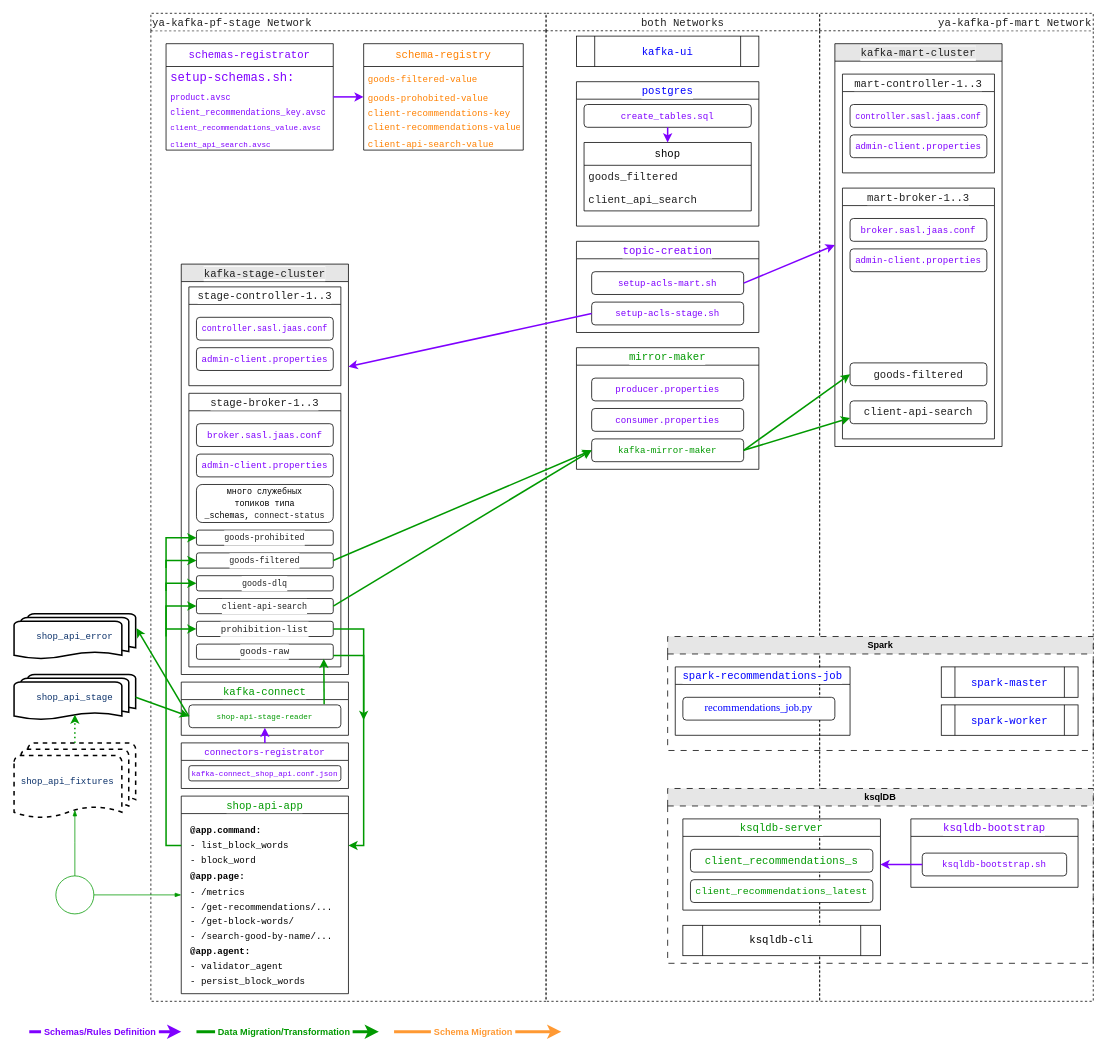
This is ya_kafka_project_final.drawio from sergei-baranov/ya_kafka_project_final, a draw.io file, before an edit. Source tidied: cells renumbered, new cells numbered last; positions are measured from the earlier drawing's top-left corner, leaving out a move shared by most shapes. Both pictures are drawn from the tidied source at 76%, with x=0, y=0 at pixel (14, 13).
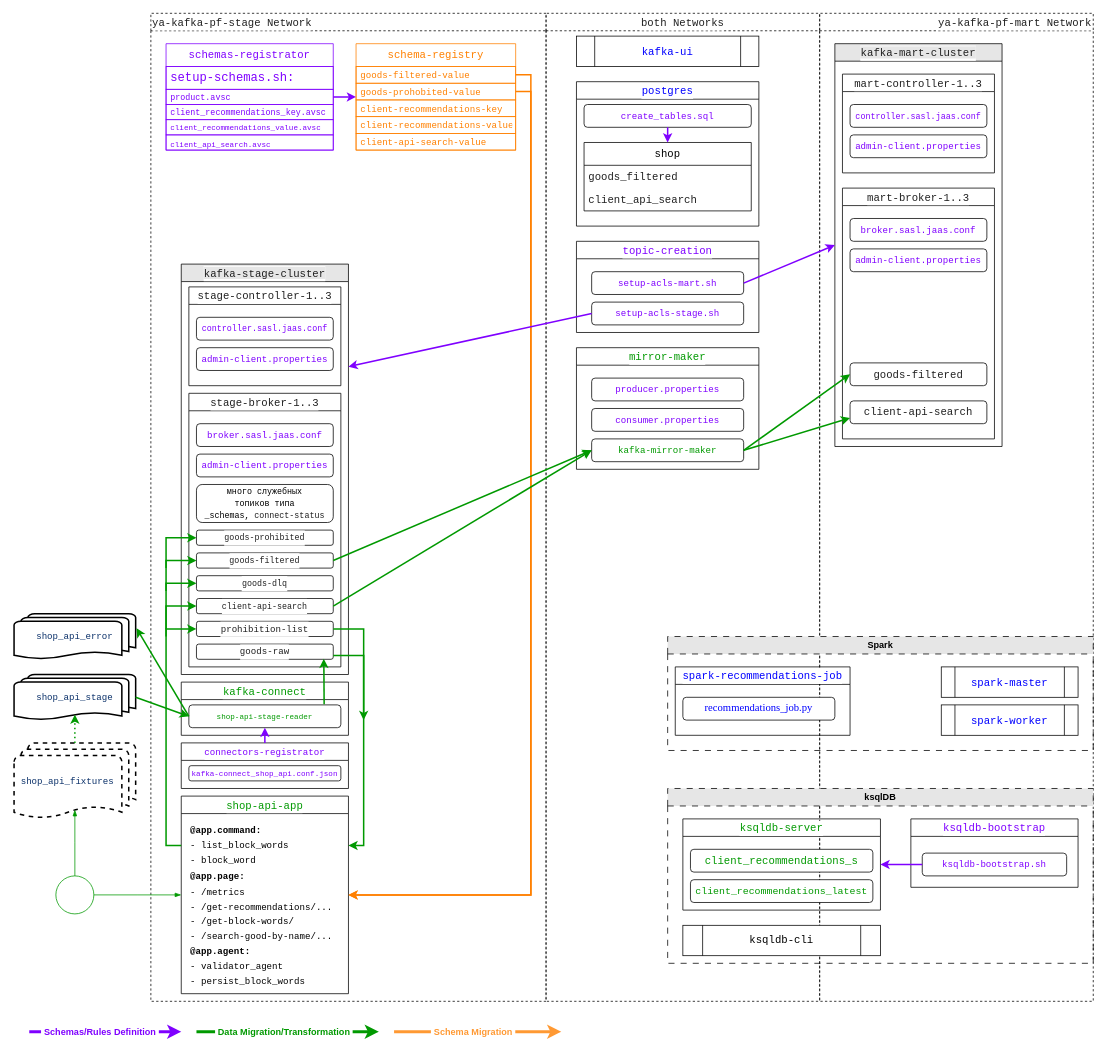
After the change.

Unchanged cells that the change refers to:
```xml
<mxCell id="2" value="&lt;div style=&quot;color: rgb(32, 32, 32); background-color: rgb(255, 255, 255); font-weight: normal; font-size: 14px; line-height: 19px; white-space: pre;&quot;&gt;&lt;font face=&quot;Courier New&quot;&gt;ya-kafka-pf-stage Network&lt;/font&gt;&lt;/div&gt;" style="swimlane;whiteSpace=wrap;html=1;fillColor=none;dashed=1;align=left;" parent="1" vertex="1">
  <mxGeometry x="180" width="520" height="1300" as="geometry" />
</mxCell>
<mxCell id="19" value="&lt;div style=&quot;background-color: rgb(255, 255, 255); font-weight: normal; font-size: 14px; line-height: 19px; white-space: pre;&quot;&gt;&lt;div style=&quot;line-height: 19px;&quot;&gt;&lt;div style=&quot;line-height: 19px;&quot;&gt;&lt;div style=&quot;line-height: 19px;&quot;&gt;&lt;div style=&quot;line-height: 19px;&quot;&gt;&lt;span&gt;&lt;font face=&quot;Courier New&quot; style=&quot;color: rgb(0, 153, 0);&quot;&gt;shop-api-app&lt;/font&gt;&lt;/span&gt;&lt;/div&gt;&lt;/div&gt;&lt;/div&gt;&lt;/div&gt;&lt;/div&gt;" style="swimlane;whiteSpace=wrap;html=1;fillColor=none;" parent="2" vertex="1">
  <mxGeometry x="40" y="1030" width="220" height="260" as="geometry" />
</mxCell>
```

Change to the diagram source:
```diff
@@
-    <mxCell id="23" value="&lt;span style=&quot;font-family: &amp;quot;Courier New&amp;quot;; font-size: 14px; white-space: pre; background-color: rgb(255, 255, 255);&quot;&gt;&lt;font style=&quot;color: rgb(255, 128, 0);&quot;&gt;schema-registry&lt;/font&gt;&lt;/span&gt;" style="swimlane;fontStyle=0;horizontal=1;startSize=30;whiteSpace=wrap;html=1;" parent="2" vertex="1">
-      <mxGeometry x="280" y="40" width="210" height="140" as="geometry" />
+    <mxCell id="23" value="&lt;span style=&quot;font-family: &amp;quot;Courier New&amp;quot;; font-size: 14px; white-space: pre; background-color: rgb(255, 255, 255);&quot;&gt;&lt;font style=&quot;color: rgb(255, 128, 0);&quot;&gt;schema-registry&lt;/font&gt;&lt;/span&gt;" style="swimlane;fontStyle=0;horizontal=1;startSize=30;whiteSpace=wrap;html=1;labelPadding=0;groupPadding=0;perimeterSpacing=0;strokeWidth=1;strokeColor=#FF8000;" parent="2" vertex="1">
+      <mxGeometry x="270" y="40" width="210" height="140" as="geometry" />
     </mxCell>
-    <mxCell id="24" value="&lt;div style=&quot;background-color: rgb(255, 255, 255); line-height: 19px; white-space: pre;&quot;&gt;&lt;font face=&quot;Courier New&quot; style=&quot;color: rgb(255, 128, 0);&quot;&gt;goods-filtered-value&lt;/font&gt;&lt;/div&gt;" style="text;strokeColor=none;fillColor=none;align=left;verticalAlign=bottom;spacingLeft=4;spacingRight=4;overflow=hidden;points=[[0,0.5],[1,0.5]];portConstraint=eastwest;whiteSpace=wrap;html=1;" parent="23" vertex="1">
-      <mxGeometry y="30" width="210" height="30" as="geometry" />
+    <mxCell id="24" value="&lt;div style=&quot;background-color: rgb(255, 255, 255); line-height: 19px; white-space: pre;&quot;&gt;&lt;font face=&quot;Courier New&quot; style=&quot;color: rgb(255, 128, 0);&quot;&gt;goods-filtered-value&lt;/font&gt;&lt;/div&gt;" style="text;strokeColor=#FF8000;fillColor=none;align=left;verticalAlign=bottom;spacingLeft=4;spacingRight=4;overflow=hidden;points=[[0,0.5],[1,0.5]];portConstraint=eastwest;whiteSpace=wrap;html=1;" parent="23" vertex="1">
+      <mxGeometry y="30" width="210" height="22" as="geometry" />
     </mxCell>
-    <mxCell id="25" value="&lt;div style=&quot;background-color: rgb(255, 255, 255); line-height: 19px; white-space: pre;&quot;&gt;&lt;font face=&quot;Courier New&quot; style=&quot;color: rgb(255, 128, 0);&quot;&gt;goods-prohobited-value&lt;/font&gt;&lt;/div&gt;" style="text;strokeColor=none;fillColor=none;align=left;verticalAlign=middle;spacingLeft=4;spacingRight=4;overflow=hidden;points=[[0,0.5],[1,0.5]];portConstraint=eastwest;whiteSpace=wrap;html=1;" parent="23" vertex="1">
-      <mxGeometry y="60" width="210" height="20" as="geometry" />
+    <mxCell id="25" value="&lt;div style=&quot;background-color: rgb(255, 255, 255); line-height: 19px; white-space: pre;&quot;&gt;&lt;font face=&quot;Courier New&quot; style=&quot;color: rgb(255, 128, 0);&quot;&gt;goods-prohobited-value&lt;/font&gt;&lt;/div&gt;" style="text;strokeColor=#FF8000;fillColor=none;align=left;verticalAlign=middle;spacingLeft=4;spacingRight=4;overflow=hidden;points=[[0,0.5],[1,0.5]];portConstraint=eastwest;whiteSpace=wrap;html=1;" parent="23" vertex="1">
+      <mxGeometry y="52" width="210" height="22" as="geometry" />
     </mxCell>
-    <mxCell id="26" value="&lt;div style=&quot;background-color: rgb(255, 255, 255); line-height: 19px; white-space: pre;&quot;&gt;&lt;font style=&quot;color: rgb(255, 128, 0);&quot; face=&quot;Courier New&quot;&gt;client-recommendations-key&lt;/font&gt;&lt;/div&gt;" style="text;strokeColor=none;fillColor=none;align=left;verticalAlign=middle;spacingLeft=4;spacingRight=4;overflow=hidden;whiteSpace=wrap;html=1;" parent="23" vertex="1">
-      <mxGeometry y="80" width="210" height="20" as="geometry" />
+    <mxCell id="26" value="&lt;div style=&quot;background-color: rgb(255, 255, 255); line-height: 19px; white-space: pre;&quot;&gt;&lt;font style=&quot;color: rgb(255, 128, 0);&quot; face=&quot;Courier New&quot;&gt;client-recommendations-key&lt;/font&gt;&lt;/div&gt;" style="text;strokeColor=#FF8000;fillColor=none;align=left;verticalAlign=middle;spacingLeft=4;spacingRight=4;overflow=hidden;whiteSpace=wrap;html=1;" parent="23" vertex="1">
+      <mxGeometry y="74" width="210" height="22" as="geometry" />
     </mxCell>
-    <mxCell id="27" value="&lt;span style=&quot;font-family: &amp;quot;Courier New&amp;quot;; white-space: pre; background-color: rgb(255, 255, 255);&quot;&gt;&lt;font style=&quot;color: rgb(255, 128, 0);&quot;&gt;client-recommendations-value&lt;/font&gt;&lt;/span&gt;" style="text;strokeColor=none;fillColor=none;align=left;verticalAlign=middle;spacingLeft=4;spacingRight=4;overflow=hidden;whiteSpace=wrap;html=1;" parent="23" vertex="1">
-      <mxGeometry y="100" width="210" height="20" as="geometry" />
+    <mxCell id="27" value="&lt;span style=&quot;font-family: &amp;quot;Courier New&amp;quot;; white-space: pre; background-color: rgb(255, 255, 255);&quot;&gt;&lt;font style=&quot;color: rgb(255, 128, 0);&quot;&gt;client-recommendations-value&lt;/font&gt;&lt;/span&gt;" style="text;strokeColor=#FF8000;fillColor=none;align=left;verticalAlign=middle;spacingLeft=4;spacingRight=4;overflow=hidden;whiteSpace=wrap;html=1;" parent="23" vertex="1">
+      <mxGeometry y="96" width="210" height="22" as="geometry" />
     </mxCell>
-    <mxCell id="28" value="&lt;div style=&quot;background-color: rgb(255, 255, 255); line-height: 19px; white-space: pre;&quot;&gt;&lt;span&gt;&lt;font face=&quot;Courier New&quot; style=&quot;color: rgb(255, 128, 0);&quot;&gt;client-api-search-value&lt;/font&gt;&lt;/span&gt;&lt;/div&gt;" style="text;strokeColor=none;fillColor=none;align=left;verticalAlign=middle;spacingLeft=4;spacingRight=4;overflow=hidden;whiteSpace=wrap;html=1;" parent="23" vertex="1">
-      <mxGeometry y="120" width="210" height="20" as="geometry" />
+    <mxCell id="28" value="&lt;div style=&quot;background-color: rgb(255, 255, 255); line-height: 19px; white-space: pre;&quot;&gt;&lt;span&gt;&lt;font face=&quot;Courier New&quot; style=&quot;color: rgb(255, 128, 0);&quot;&gt;client-api-search-value&lt;/font&gt;&lt;/span&gt;&lt;/div&gt;" style="text;strokeColor=#FF8000;fillColor=none;align=left;verticalAlign=middle;spacingLeft=4;spacingRight=4;overflow=hidden;whiteSpace=wrap;html=1;" parent="23" vertex="1">
+      <mxGeometry y="118" width="210" height="22" as="geometry" />
     </mxCell>
-    <mxCell id="29" value="&lt;font style=&quot;font-size: 14px; color: rgb(127, 0, 255);&quot; face=&quot;Courier New&quot;&gt;schemas-registrator&lt;/font&gt;" style="swimlane;fontStyle=0;horizontal=1;startSize=30;whiteSpace=wrap;html=1;" parent="2" vertex="1">
+    <mxCell id="29" value="&lt;font style=&quot;font-size: 14px; color: rgb(127, 0, 255);&quot; face=&quot;Courier New&quot;&gt;schemas-registrator&lt;/font&gt;" style="swimlane;fontStyle=0;horizontal=1;startSize=30;whiteSpace=wrap;html=1;strokeColor=#7F00FF;" parent="2" vertex="1">
       <mxGeometry x="20" y="40" width="220" height="140" as="geometry" />
     </mxCell>
-    <mxCell id="30" value="&lt;font style=&quot;font-size: 16px; color: rgb(127, 0, 255);&quot; face=&quot;Courier New&quot;&gt;setup-schemas.sh:&lt;/font&gt;" style="text;strokeColor=none;fillColor=none;align=left;verticalAlign=middle;spacingLeft=4;spacingRight=4;overflow=hidden;whiteSpace=wrap;html=1;" parent="29" vertex="1">
+    <mxCell id="30" value="&lt;font style=&quot;font-size: 16px; color: rgb(127, 0, 255);&quot; face=&quot;Courier New&quot;&gt;setup-schemas.sh:&lt;/font&gt;" style="text;strokeColor=#7F00FF;fillColor=none;align=left;verticalAlign=middle;spacingLeft=4;spacingRight=4;overflow=hidden;whiteSpace=wrap;html=1;" parent="29" vertex="1">
       <mxGeometry y="30" width="220" height="30" as="geometry" />
     </mxCell>
-    <mxCell id="31" value="&lt;font style=&quot;font-size: 11px; color: rgb(127, 0, 255);&quot; face=&quot;Courier New&quot;&gt;product.avsc&lt;/font&gt;" style="text;strokeColor=none;fillColor=none;align=left;verticalAlign=middle;spacingLeft=4;spacingRight=4;overflow=hidden;points=[[0,0.5],[1,0.5]];portConstraint=eastwest;whiteSpace=wrap;html=1;" parent="29" vertex="1">
+    <mxCell id="31" value="&lt;font style=&quot;font-size: 11px; color: rgb(127, 0, 255);&quot; face=&quot;Courier New&quot;&gt;product.avsc&lt;/font&gt;" style="text;strokeColor=#7F00FF;fillColor=none;align=left;verticalAlign=middle;spacingLeft=4;spacingRight=4;overflow=hidden;points=[[0,0.5],[1,0.5]];portConstraint=eastwest;whiteSpace=wrap;html=1;" parent="29" vertex="1">
       <mxGeometry y="60" width="220" height="20" as="geometry" />
     </mxCell>
-    <mxCell id="32" value="&lt;font style=&quot;font-size: 11px; color: rgb(127, 0, 255);&quot; face=&quot;Courier New&quot;&gt;client_recommendations_key.avsc&lt;/font&gt;" style="text;strokeColor=none;fillColor=none;align=left;verticalAlign=middle;spacingLeft=4;spacingRight=4;overflow=hidden;whiteSpace=wrap;html=1;" parent="29" vertex="1">
+    <mxCell id="32" value="&lt;font style=&quot;font-size: 11px; color: rgb(127, 0, 255);&quot; face=&quot;Courier New&quot;&gt;client_recommendations_key.avsc&lt;/font&gt;" style="text;strokeColor=#7F00FF;fillColor=none;align=left;verticalAlign=middle;spacingLeft=4;spacingRight=4;overflow=hidden;whiteSpace=wrap;html=1;" parent="29" vertex="1">
       <mxGeometry y="80" width="220" height="20" as="geometry" />
     </mxCell>
-    <mxCell id="33" value="&lt;font style=&quot;font-size: 10px; color: rgb(127, 0, 255);&quot; face=&quot;Courier New&quot;&gt;client_recommendations_value.avsc&lt;/font&gt;" style="text;strokeColor=none;fillColor=none;align=left;verticalAlign=middle;spacingLeft=4;spacingRight=4;overflow=hidden;whiteSpace=wrap;html=1;" parent="29" vertex="1">
+    <mxCell id="33" value="&lt;font style=&quot;font-size: 10px; color: rgb(127, 0, 255);&quot; face=&quot;Courier New&quot;&gt;client_recommendations_value.avsc&lt;/font&gt;" style="text;strokeColor=#7F00FF;fillColor=none;align=left;verticalAlign=middle;spacingLeft=4;spacingRight=4;overflow=hidden;whiteSpace=wrap;html=1;" parent="29" vertex="1">
       <mxGeometry y="100" width="220" height="20" as="geometry" />
     </mxCell>
-    <mxCell id="34" value="&lt;div style=&quot;background-color: rgb(255, 255, 255); line-height: 19px; white-space: pre;&quot;&gt;&lt;span&gt;&lt;font face=&quot;Courier New&quot; style=&quot;font-size: 10px; color: rgb(127, 0, 255);&quot;&gt;client_api_search.avsc&lt;/font&gt;&lt;/span&gt;&lt;/div&gt;" style="text;strokeColor=none;fillColor=none;align=left;verticalAlign=middle;spacingLeft=4;spacingRight=4;overflow=hidden;whiteSpace=wrap;html=1;" parent="29" vertex="1">
+    <mxCell id="34" value="&lt;div style=&quot;background-color: rgb(255, 255, 255); line-height: 19px; white-space: pre;&quot;&gt;&lt;span&gt;&lt;font face=&quot;Courier New&quot; style=&quot;font-size: 10px; color: rgb(127, 0, 255);&quot;&gt;client_api_search.avsc&lt;/font&gt;&lt;/span&gt;&lt;/div&gt;" style="text;strokeColor=#7F00FF;fillColor=none;align=left;verticalAlign=middle;spacingLeft=4;spacingRight=4;overflow=hidden;whiteSpace=wrap;html=1;" parent="29" vertex="1">
       <mxGeometry y="120" width="220" height="20" as="geometry" />
     </mxCell>
@@
+    <mxCell id="106" style="edgeStyle=orthogonalEdgeStyle;rounded=0;jettySize=auto;html=1;strokeWidth=2;strokeColor=#FF8000;exitX=1;exitY=0.5;exitDx=0;exitDy=0;entryX=1;entryY=0.5;entryDx=0;entryDy=0;" parent="2" edge="1" source="24" target="19">
+      <mxGeometry relative="1" as="geometry" />
+    </mxCell>
+    <mxCell id="107" style="edgeStyle=orthogonalEdgeStyle;rounded=0;jettySize=auto;html=1;strokeWidth=2;strokeColor=#FF8000;exitX=1;exitY=0.5;exitDx=0;exitDy=0;entryX=1;entryY=0.5;entryDx=0;entryDy=0;" parent="2" edge="1" source="25" target="19">
+      <mxGeometry relative="1" as="geometry" />
+    </mxCell>
```
